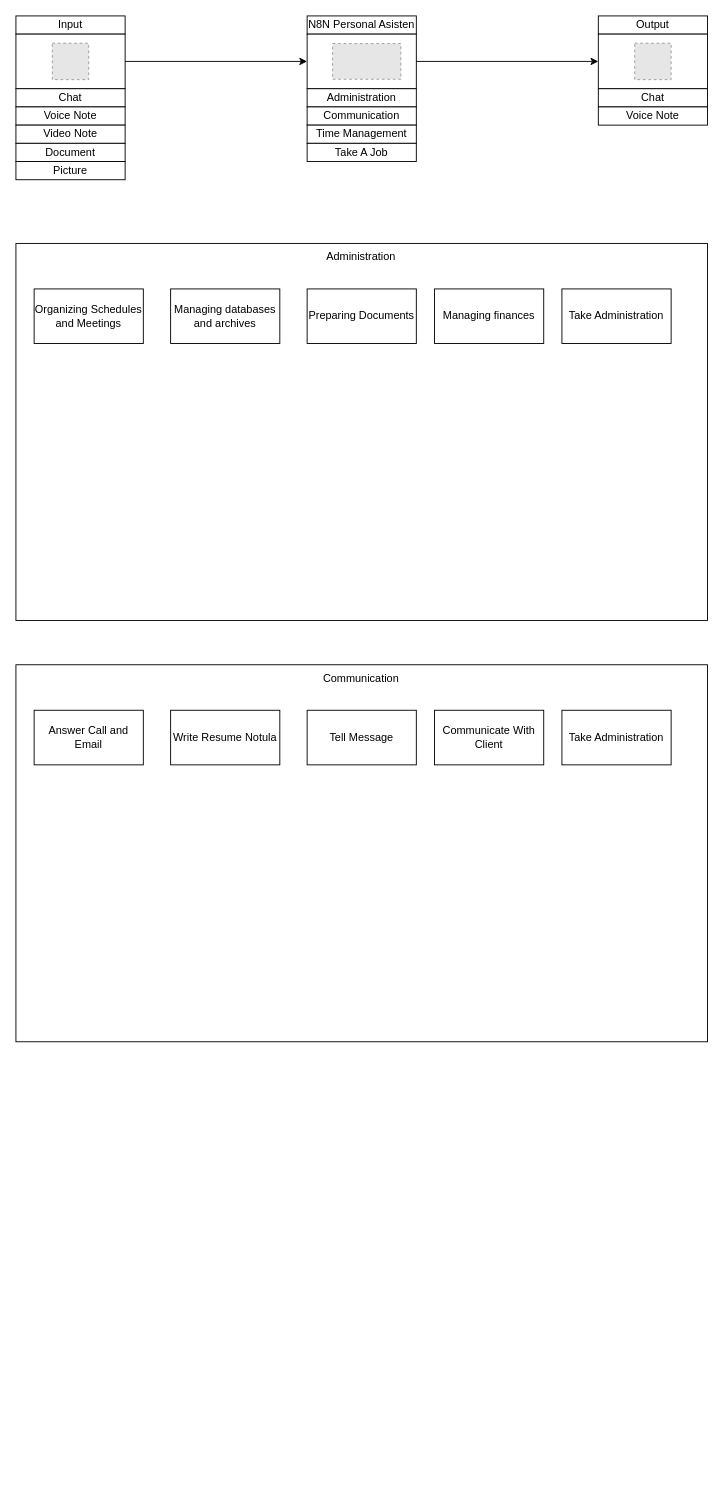
This is Untitled Diagram.drawio from Rezen351/Flowchart, a draw.io file, before an edit. Source tidied: cells renumbered, new cells numbered last; positions are measured from the earlier drawing's top-left corner, leaving out a move shared by most shapes. Both pictures are drawn from the tidied source at 91%, with x=0, y=0 at pixel (15, 15). Pictures stored in the file or linked from it are replaced by grey dashed boxes.
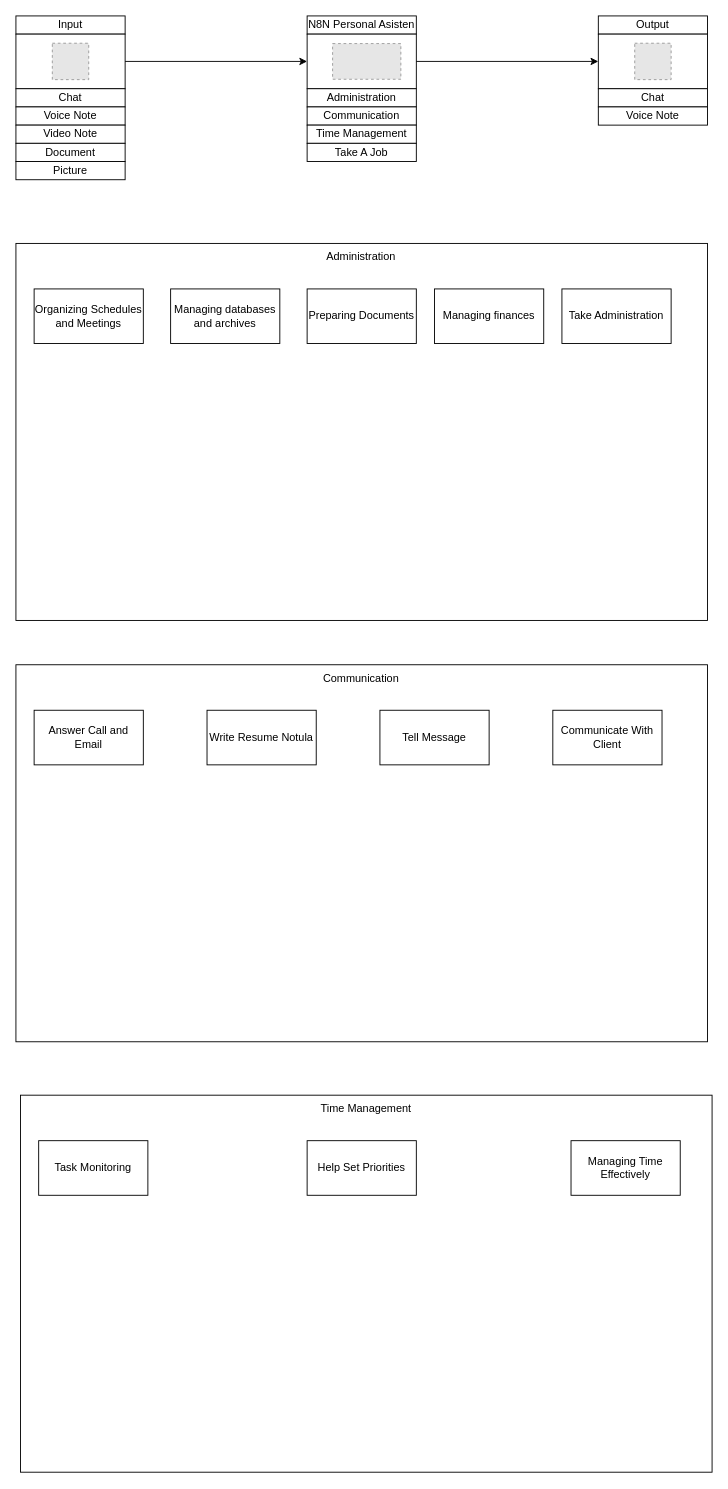
The same page after the edit.

The change refers to these unchanged cells:
```xml
<mxCell id="35" style="group;" parent="1" vertex="1">
  <mxGeometry y="713" width="760" height="414.3" as="geometry" />
</mxCell>
```

The edit, as a diff of the source:
```diff
@@
     <mxCell id="39" value="Tell Message" style="rounded=0;whiteSpace=wrap;html=1;" parent="35" vertex="1">
-      <mxGeometry x="320" y="50" width="120" height="60" as="geometry" />
+      <mxGeometry x="400" y="50" width="120" height="60" as="geometry" />
     </mxCell>
-    <mxCell id="40" value="Take Administration" style="rounded=0;whiteSpace=wrap;html=1;" parent="35" vertex="1">
-      <mxGeometry x="600" y="50" width="120" height="60" as="geometry" />
-    </mxCell>
     <mxCell id="41" value="Write Resume Notula" style="rounded=0;whiteSpace=wrap;html=1;" parent="35" vertex="1">
-      <mxGeometry x="170" y="50" width="120" height="60" as="geometry" />
+      <mxGeometry x="210" y="50" width="120" height="60" as="geometry" />
     </mxCell>
     <mxCell id="42" value="Communicate With Client" style="rounded=0;whiteSpace=wrap;html=1;" parent="35" vertex="1">
-      <mxGeometry x="460" y="50" width="120" height="60" as="geometry" />
+      <mxGeometry x="590" y="50" width="120" height="60" as="geometry" />
     </mxCell>
+    <mxCell id="43" style="group;" parent="1" vertex="1">
+      <mxGeometry x="5" y="1186" width="760" height="414.3" as="geometry" />
+    </mxCell>
+    <mxCell id="44" style="rounded=0;whiteSpace=wrap;html=1;" parent="43" vertex="1">
+      <mxGeometry width="760" height="414.3" as="geometry" />
+    </mxCell>
+    <mxCell id="45" value="Time Management" style="text;html=1;align=center;verticalAlign=middle;whiteSpace=wrap;rounded=0;" parent="43" vertex="1">
+      <mxGeometry x="320" width="120" height="30" as="geometry" />
+    </mxCell>
+    <mxCell id="46" value="Task Monitoring" style="rounded=0;whiteSpace=wrap;html=1;" parent="43" vertex="1">
+      <mxGeometry x="20" y="50" width="120" height="60" as="geometry" />
+    </mxCell>
+    <mxCell id="47" value="Managing Time Effectively" style="rounded=0;whiteSpace=wrap;html=1;" parent="43" vertex="1">
+      <mxGeometry x="605" y="50" width="120" height="60" as="geometry" />
+    </mxCell>
+    <mxCell id="48" value="Help Set Priorities" style="rounded=0;whiteSpace=wrap;html=1;" parent="43" vertex="1">
+      <mxGeometry x="315" y="50" width="120" height="60" as="geometry" />
+    </mxCell>
```
